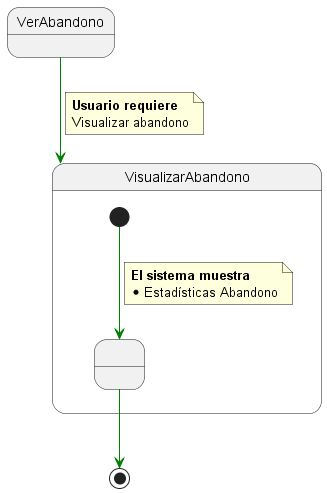
Above: 000-entregas/Grupo1/DetalleCasosDeUso/images/VerAbandono.png in mmasias/IdSw1-22-23 (PlantUML), before the change. Its diagram source:
```plantuml
@startuml VerAbandono

State VerAbandono

State VisualizarAbandono{

  State state1 as " "

  [*] -[#green]-> state1

  note on link
    <b>El sistema muestra
    * Estadísticas Abandono
  end note


}

VerAbandono-[#green]-> VisualizarAbandono

note on link
 <b>Usuario requiere
 Visualizar abandono
end note

state1 -[#green]-> [*]


@enduml
```
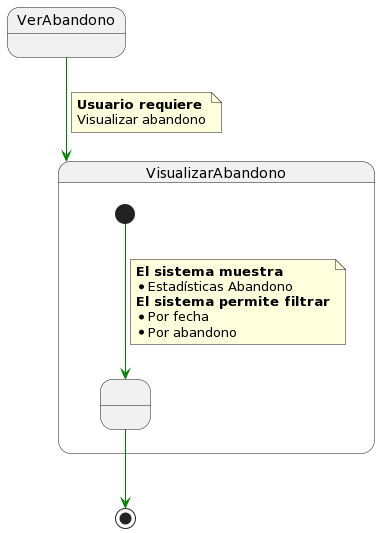
Later version of the same file.

What changed in the source:
```diff
@@ -1,5 +1,4 @@
-@startuml VerAbandono
-
+@startuml
 State VerAbandono
 
 State VisualizarAbandono{
@@ -11,6 +10,9 @@
   note on link
     <b>El sistema muestra
     * Estadísticas Abandono
+    <b>El sistema permite filtrar
+    * Por fecha
+    * Por abandono
   end note
 
 
@@ -24,6 +26,4 @@
 end note
 
 state1 -[#green]-> [*]
-
-
 @enduml
```
